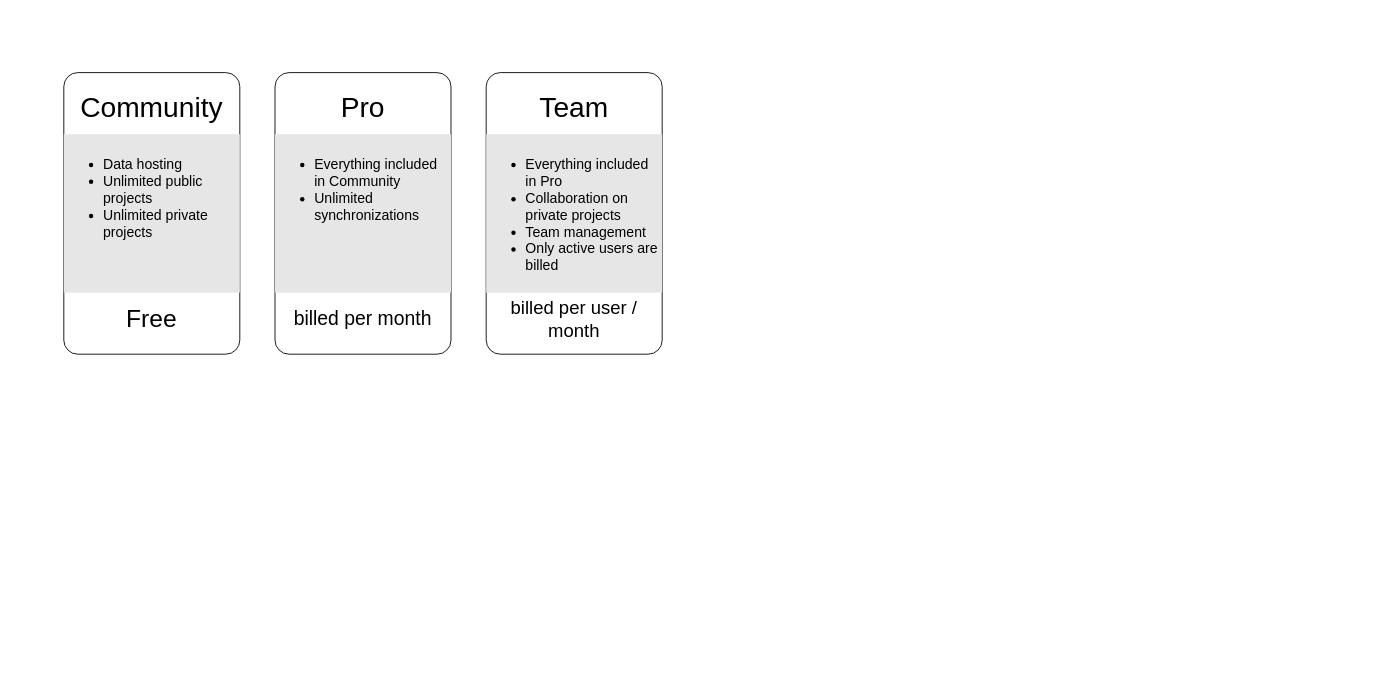
This is qfieldcloud/assets/pricing.drawio from opengisch/talks, a draw.io file, before an edit. Source tidied: cells renumbered, new cells numbered last; positions are measured from the earlier drawing's top-left corner, leaving out a move shared by most shapes. Both pictures are drawn from the tidied source at 88%, with x=0, y=0 at pixel (63, 72).
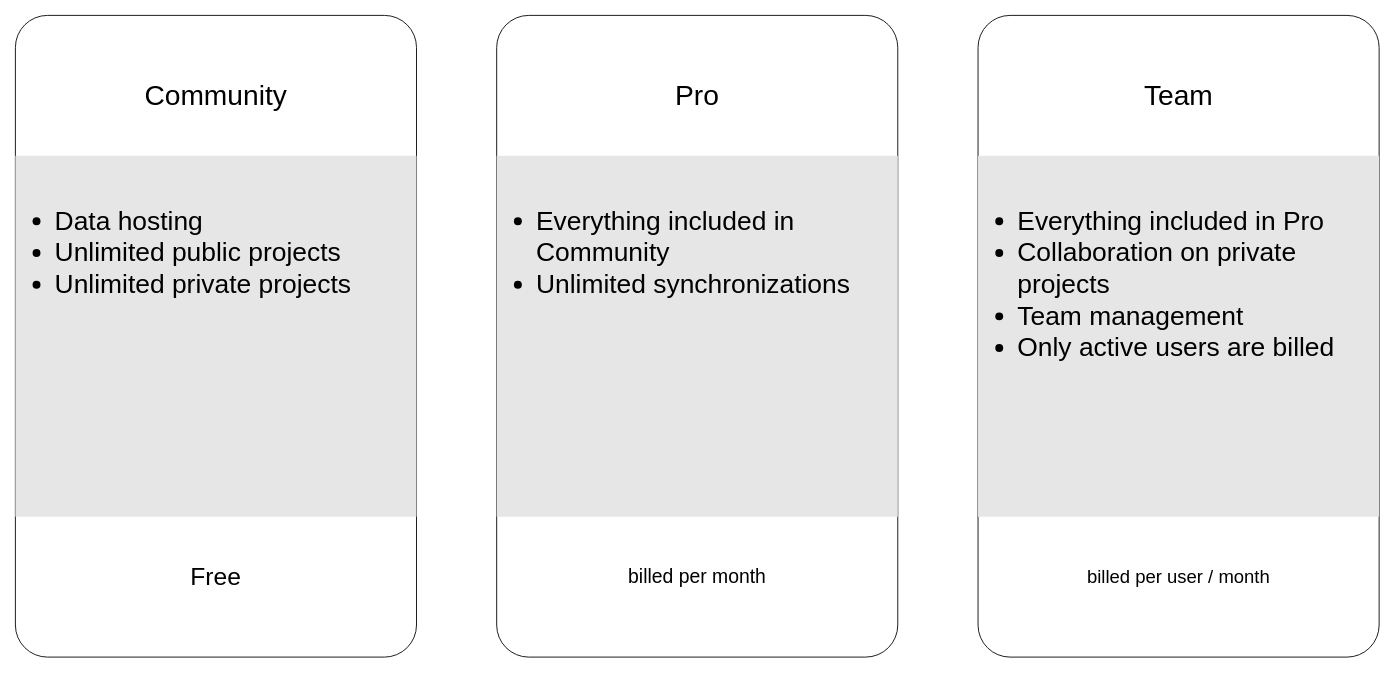
After the change.

Diff of the diagram source:
```diff
@@
 <mxGraphModel>
   <root>
     <mxCell id="0" />
     <mxCell id="1" parent="0" />
+    <mxCell id="14" style="group;" parent="1" vertex="1">
+      <mxGeometry x="-55" y="-65" width="1549.6" height="729.2" as="geometry" />
+    </mxCell>
-    <mxCell id="2" style="rounded=1;whiteSpace=wrap;html=1;arcSize=8;" parent="1" vertex="1">
-      <mxGeometry width="200" height="320" as="geometry" />
+    <mxCell id="2" style="rounded=1;whiteSpace=wrap;html=1;arcSize=8;" parent="14" vertex="1">
+      <mxGeometry width="455.8" height="729.2" as="geometry" />
     </mxCell>
-    <mxCell id="3" value="&lt;font style=&quot;font-size: 32px&quot;&gt;Community&lt;/font&gt;" style="text;html=1;strokeColor=none;fillColor=none;align=center;verticalAlign=middle;whiteSpace=wrap;rounded=0;" parent="1" vertex="1">
-      <mxGeometry width="200" height="80" as="geometry" />
+    <mxCell id="3" value="&lt;font style=&quot;font-size: 32px&quot;&gt;Community&lt;/font&gt;" style="text;html=1;strokeColor=none;fillColor=none;align=center;verticalAlign=middle;whiteSpace=wrap;rounded=0;" parent="14" vertex="1">
+      <mxGeometry width="455.8" height="182.3" as="geometry" />
     </mxCell>
-    <mxCell id="4" value="&lt;font style=&quot;font-size: 28px&quot;&gt;Free&lt;/font&gt;" style="text;html=1;strokeColor=none;fillColor=none;align=center;verticalAlign=middle;whiteSpace=wrap;rounded=0;" parent="1" vertex="1">
-      <mxGeometry y="240" width="200" height="80" as="geometry" />
+    <mxCell id="4" value="&lt;font style=&quot;font-size: 28px&quot;&gt;Free&lt;/font&gt;" style="text;html=1;strokeColor=none;fillColor=none;align=center;verticalAlign=middle;whiteSpace=wrap;rounded=0;" parent="14" vertex="1">
+      <mxGeometry y="546.9" width="455.8" height="182.3" as="geometry" />
     </mxCell>
-    <mxCell id="5" value="&lt;font style=&quot;font-size: 16px&quot;&gt;&lt;br&gt;&lt;/font&gt;&lt;ul style=&quot;font-size: 16px&quot;&gt;&lt;li&gt;&lt;font style=&quot;font-size: 16px&quot;&gt;Data hosting&lt;/font&gt;&lt;/li&gt;&lt;li&gt;&lt;font style=&quot;font-size: 16px&quot;&gt;Unlimited public projects&lt;/font&gt;&lt;/li&gt;&lt;li&gt;&lt;font style=&quot;font-size: 16px&quot;&gt;Unlimited private projects&lt;/font&gt;&lt;/li&gt;&lt;/ul&gt;" style="text;html=1;strokeColor=none;spacing=5;spacingTop=-20;whiteSpace=wrap;overflow=hidden;rounded=0;fillColor=#E6E6E6;" parent="1" vertex="1">
-      <mxGeometry y="70" width="200" height="180" as="geometry" />
+    <mxCell id="5" value="&lt;font style=&quot;font-size: 30px&quot;&gt;&lt;br&gt;&lt;/font&gt;&lt;ul style=&quot;font-size: 30px&quot;&gt;&lt;li&gt;&lt;font style=&quot;font-size: 30px&quot;&gt;Data hosting&lt;/font&gt;&lt;/li&gt;&lt;li&gt;&lt;font style=&quot;font-size: 30px&quot;&gt;Unlimited public projects&lt;/font&gt;&lt;/li&gt;&lt;li&gt;&lt;font style=&quot;font-size: 30px&quot;&gt;Unlimited private projects&lt;/font&gt;&lt;/li&gt;&lt;/ul&gt;" style="text;html=1;strokeColor=none;spacing=5;spacingTop=-20;whiteSpace=wrap;overflow=hidden;rounded=0;fillColor=#E6E6E6;" parent="14" vertex="1">
+      <mxGeometry y="159.5" width="455.8" height="410.2" as="geometry" />
     </mxCell>
-    <mxCell id="6" style="rounded=1;whiteSpace=wrap;html=1;arcSize=8;" parent="1" vertex="1">
-      <mxGeometry x="240" width="200" height="320" as="geometry" />
+    <mxCell id="6" style="rounded=1;whiteSpace=wrap;html=1;arcSize=8;" parent="14" vertex="1">
+      <mxGeometry x="546.9" width="455.8" height="729.2" as="geometry" />
     </mxCell>
-    <mxCell id="7" value="&lt;font style=&quot;font-size: 32px&quot;&gt;Pro&lt;/font&gt;" style="text;html=1;strokeColor=none;fillColor=none;align=center;verticalAlign=middle;whiteSpace=wrap;rounded=0;" parent="1" vertex="1">
-      <mxGeometry x="240" width="200" height="80" as="geometry" />
+    <mxCell id="7" value="&lt;font style=&quot;font-size: 32px&quot;&gt;Pro&lt;/font&gt;" style="text;html=1;strokeColor=none;fillColor=none;align=center;verticalAlign=middle;whiteSpace=wrap;rounded=0;" parent="14" vertex="1">
+      <mxGeometry x="546.9" width="455.8" height="182.3" as="geometry" />
     </mxCell>
-    <mxCell id="8" value="&lt;font style=&quot;font-size: 22px&quot;&gt;billed per month&lt;br&gt;&lt;/font&gt;" style="text;html=1;strokeColor=none;fillColor=none;align=center;verticalAlign=middle;whiteSpace=wrap;rounded=0;" parent="1" vertex="1">
-      <mxGeometry x="240" y="240" width="200" height="80" as="geometry" />
+    <mxCell id="8" value="&lt;font style=&quot;font-size: 22px&quot;&gt;billed per month&lt;br&gt;&lt;/font&gt;" style="text;html=1;strokeColor=none;fillColor=none;align=center;verticalAlign=middle;whiteSpace=wrap;rounded=0;" parent="14" vertex="1">
+      <mxGeometry x="546.9" y="546.9" width="455.8" height="182.3" as="geometry" />
     </mxCell>
-    <mxCell id="9" value="&lt;font style=&quot;font-size: 16px&quot;&gt;&lt;br&gt;&lt;/font&gt;&lt;ul style=&quot;font-size: 16px&quot;&gt;&lt;li&gt;&lt;font style=&quot;font-size: 16px&quot;&gt;Everything included in Community&lt;br&gt;&lt;/font&gt;&lt;/li&gt;&lt;li&gt;&lt;font style=&quot;font-size: 16px&quot;&gt;Unlimited synchronizations&lt;br&gt;&lt;/font&gt;&lt;/li&gt;&lt;/ul&gt;" style="text;html=1;strokeColor=none;spacing=5;spacingTop=-20;whiteSpace=wrap;overflow=hidden;rounded=0;fillColor=#E6E6E6;" parent="1" vertex="1">
-      <mxGeometry x="240" y="70" width="200" height="180" as="geometry" />
+    <mxCell id="9" value="&lt;font style=&quot;font-size: 30px&quot;&gt;&lt;br&gt;&lt;/font&gt;&lt;ul style=&quot;font-size: 30px&quot;&gt;&lt;li&gt;&lt;font style=&quot;font-size: 30px&quot;&gt;Everything included in Community&lt;br&gt;&lt;/font&gt;&lt;/li&gt;&lt;li&gt;&lt;font style=&quot;font-size: 30px&quot;&gt;&lt;font style=&quot;font-size: 30px&quot;&gt;Unlimited synchronizations&lt;/font&gt;&lt;br&gt;&lt;/font&gt;&lt;/li&gt;&lt;/ul&gt;" style="text;html=1;strokeColor=none;spacing=5;spacingTop=-20;whiteSpace=wrap;overflow=hidden;rounded=0;fillColor=#E6E6E6;" parent="14" vertex="1">
+      <mxGeometry x="546.9" y="159.5" width="455.8" height="410.2" as="geometry" />
     </mxCell>
-    <mxCell id="10" style="rounded=1;whiteSpace=wrap;html=1;arcSize=8;" parent="1" vertex="1">
-      <mxGeometry x="480" width="200" height="320" as="geometry" />
+    <mxCell id="10" style="rounded=1;whiteSpace=wrap;html=1;arcSize=8;" parent="14" vertex="1">
+      <mxGeometry x="1093.9" width="455.8" height="729.2" as="geometry" />
     </mxCell>
-    <mxCell id="11" value="&lt;font style=&quot;font-size: 32px&quot;&gt;Team&lt;/font&gt;" style="text;html=1;strokeColor=none;fillColor=none;align=center;verticalAlign=middle;whiteSpace=wrap;rounded=0;" parent="1" vertex="1">
-      <mxGeometry x="480" width="200" height="80" as="geometry" />
+    <mxCell id="11" value="&lt;font style=&quot;font-size: 32px&quot;&gt;Team&lt;/font&gt;" style="text;html=1;strokeColor=none;fillColor=none;align=center;verticalAlign=middle;whiteSpace=wrap;rounded=0;" parent="14" vertex="1">
+      <mxGeometry x="1093.9" width="455.8" height="182.3" as="geometry" />
     </mxCell>
-    <mxCell id="12" value="&lt;font style=&quot;font-size: 21px&quot;&gt;billed per user / month&lt;br&gt;&lt;/font&gt;" style="text;html=1;strokeColor=none;fillColor=none;align=center;verticalAlign=middle;whiteSpace=wrap;rounded=0;" parent="1" vertex="1">
-      <mxGeometry x="480" y="240" width="200" height="80" as="geometry" />
+    <mxCell id="12" value="&lt;font style=&quot;font-size: 21px&quot;&gt;billed per user / month&lt;br&gt;&lt;/font&gt;" style="text;html=1;strokeColor=none;fillColor=none;align=center;verticalAlign=middle;whiteSpace=wrap;rounded=0;" parent="14" vertex="1">
+      <mxGeometry x="1093.9" y="546.9" width="455.8" height="182.3" as="geometry" />
     </mxCell>
-    <mxCell id="13" value="&lt;font style=&quot;font-size: 16px&quot;&gt;&lt;br&gt;&lt;/font&gt;&lt;ul style=&quot;font-size: 16px&quot;&gt;&lt;li&gt;&lt;font style=&quot;font-size: 16px&quot;&gt;Everything included in Pro&lt;br&gt;&lt;/font&gt;&lt;/li&gt;&lt;li&gt;&lt;font style=&quot;font-size: 16px&quot;&gt;Collaboration on private projects&lt;/font&gt;&lt;/li&gt;&lt;li&gt;&lt;font style=&quot;font-size: 16px&quot;&gt;Team management&lt;/font&gt;&lt;/li&gt;&lt;li&gt;&lt;font style=&quot;font-size: 16px&quot;&gt;Only active users are billed&lt;br&gt;&lt;/font&gt;&lt;/li&gt;&lt;/ul&gt;" style="text;html=1;strokeColor=none;spacing=5;spacingTop=-20;whiteSpace=wrap;overflow=hidden;rounded=0;fillColor=#E6E6E6;" parent="1" vertex="1">
-      <mxGeometry x="480" y="70" width="200" height="180" as="geometry" />
+    <mxCell id="13" value="&lt;font style=&quot;font-size: 30px&quot;&gt;&lt;br&gt;&lt;/font&gt;&lt;ul style=&quot;font-size: 30px&quot;&gt;&lt;li&gt;&lt;font style=&quot;font-size: 30px&quot;&gt;Everything included in Pro&lt;br&gt;&lt;/font&gt;&lt;/li&gt;&lt;li&gt;&lt;font style=&quot;font-size: 30px&quot;&gt;Collaboration on private projects&lt;/font&gt;&lt;/li&gt;&lt;li&gt;&lt;font style=&quot;font-size: 30px&quot;&gt;Team management&lt;/font&gt;&lt;/li&gt;&lt;li&gt;&lt;font style=&quot;font-size: 30px&quot;&gt;&lt;font style=&quot;font-size: 30px&quot;&gt;Only active users are billed&lt;/font&gt;&lt;br&gt;&lt;/font&gt;&lt;/li&gt;&lt;/ul&gt;" style="text;html=1;strokeColor=none;spacing=5;spacingTop=-20;whiteSpace=wrap;overflow=hidden;rounded=0;fillColor=#E6E6E6;" parent="14" vertex="1">
+      <mxGeometry x="1093.9" y="159.5" width="455.8" height="410.2" as="geometry" />
     </mxCell>
   </root>
 </mxGraphModel>
```
